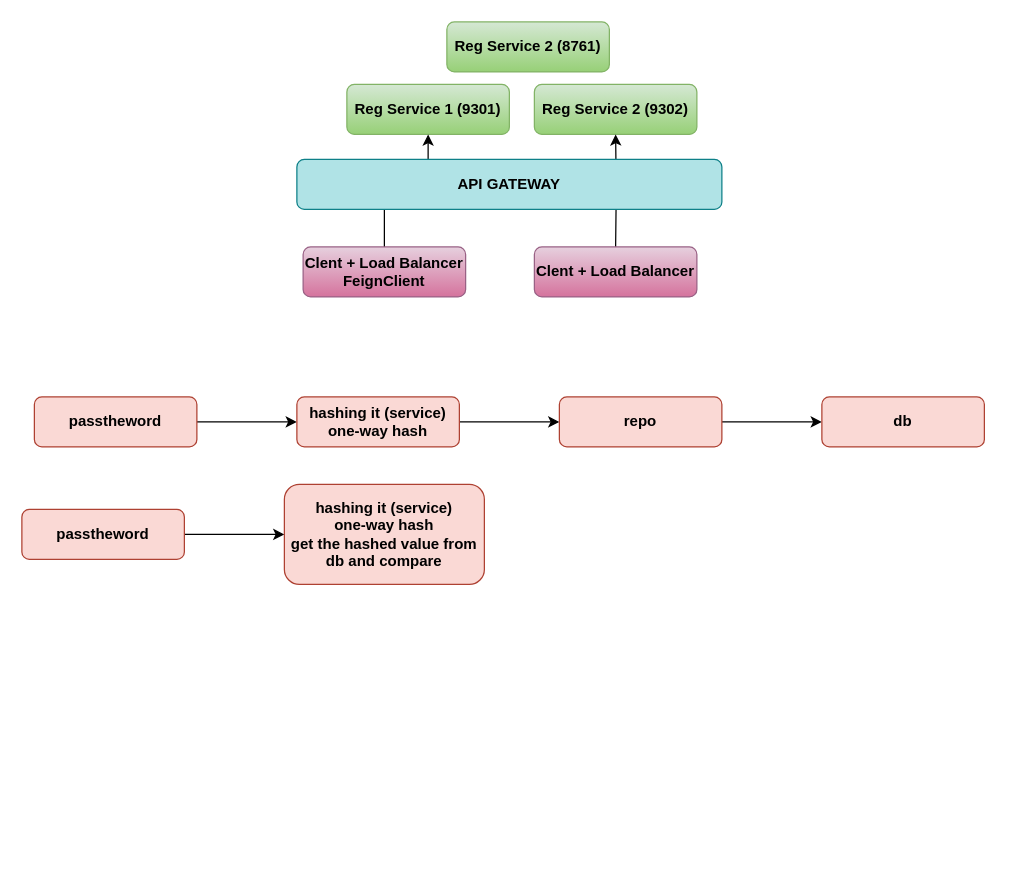
Above: page "Microservices with API Gateway" (18 of 18) of LET US DRAW/LET US DRAW.drawio in aushub230123/ausGit (draw.io), before the change. Source tidied: cells renumbered, new cells numbered last; positions are measured from the earlier drawing's top-left corner, leaving out a move shared by most shapes. Both pictures are drawn from the tidied source at 125%, with x=0, y=0 at pixel (21, 21). Pictures stored in the file or linked from it are replaced by grey dashed boxes.
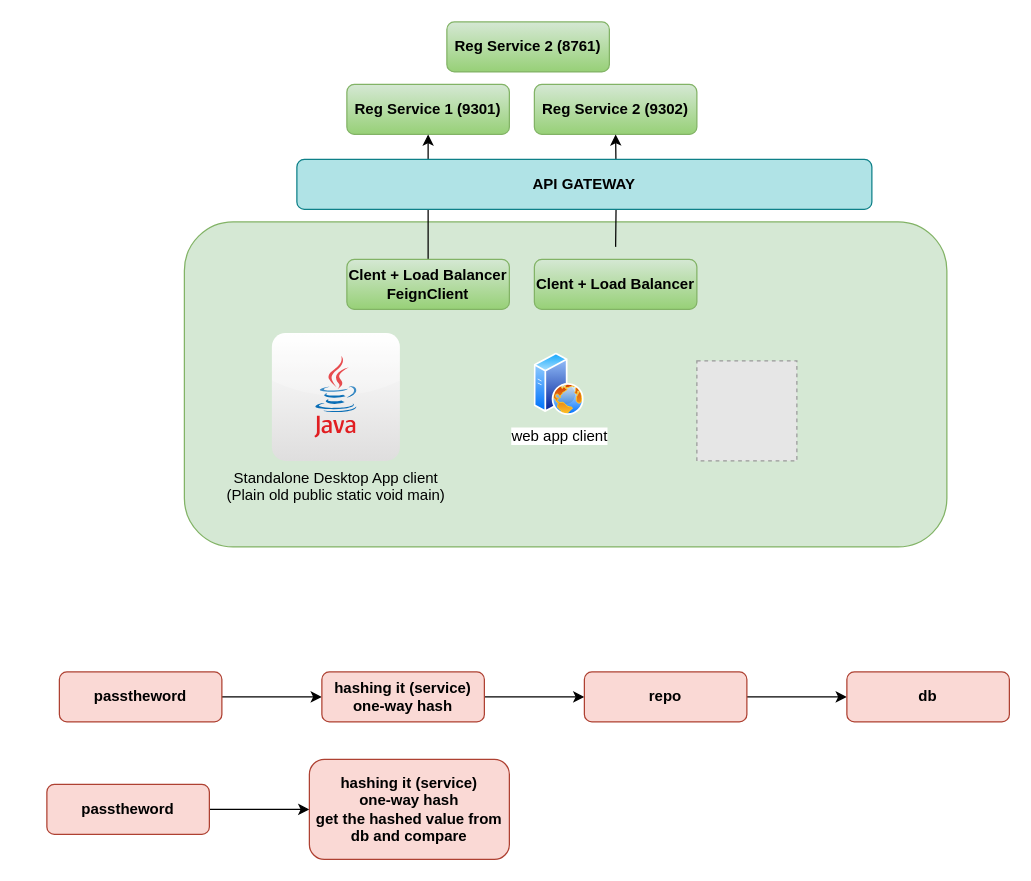
The same diagram, later.

What changed in the source:
```diff
@@
+    <mxCell id="20" style="rounded=1;whiteSpace=wrap;html=1;fillColor=#d5e8d4;strokeColor=#82b366;verticalAlign=bottom;align=center;fontStyle=1;" parent="1" vertex="1">
+      <mxGeometry x="130" y="160" width="610" height="260" as="geometry" />
+    </mxCell>
@@
-    <mxCell id="5" value="Clent + Load Balancer&lt;br&gt;FeignClient" style="rounded=1;whiteSpace=wrap;html=1;fillColor=#e6d0de;strokeColor=#996185;fontStyle=1;verticalAlign=middle;gradientColor=#d5739d;" parent="1" vertex="1">
-      <mxGeometry x="225" y="180" width="130" height="40" as="geometry" />
+    <mxCell id="5" value="Clent + Load Balancer&lt;br&gt;FeignClient" style="rounded=1;whiteSpace=wrap;html=1;fillColor=#d5e8d4;strokeColor=#82b366;fontStyle=1;verticalAlign=middle;gradientColor=#97d077;" parent="1" vertex="1">
+      <mxGeometry x="260" y="190" width="130" height="40" as="geometry" />
     </mxCell>
@@
     <mxCell id="7" value="passtheword" style="rounded=1;whiteSpace=wrap;html=1;fillColor=#fad9d5;strokeColor=#ae4132;fontStyle=1;verticalAlign=middle;" parent="1" vertex="1">
-      <mxGeometry x="10" y="300" width="130" height="40" as="geometry" />
+      <mxGeometry x="30" y="520" width="130" height="40" as="geometry" />
     </mxCell>
@@
     <mxCell id="9" value="hashing it (service)&lt;br&gt;one-way hash" style="rounded=1;whiteSpace=wrap;html=1;fillColor=#fad9d5;strokeColor=#ae4132;fontStyle=1;verticalAlign=middle;" parent="1" vertex="1">
-      <mxGeometry x="220" y="300" width="130" height="40" as="geometry" />
+      <mxGeometry x="240" y="520" width="130" height="40" as="geometry" />
     </mxCell>
@@
     <mxCell id="11" value="repo" style="rounded=1;whiteSpace=wrap;html=1;fillColor=#fad9d5;strokeColor=#ae4132;fontStyle=1;verticalAlign=middle;" parent="1" vertex="1">
-      <mxGeometry x="430" y="300" width="130" height="40" as="geometry" />
+      <mxGeometry x="450" y="520" width="130" height="40" as="geometry" />
     </mxCell>
     <mxCell id="12" value="db" style="rounded=1;whiteSpace=wrap;html=1;fillColor=#fad9d5;strokeColor=#ae4132;fontStyle=1;verticalAlign=middle;" parent="1" vertex="1">
-      <mxGeometry x="640" y="300" width="130" height="40" as="geometry" />
+      <mxGeometry x="660" y="520" width="130" height="40" as="geometry" />
     </mxCell>
@@
     <mxCell id="14" value="passtheword" style="rounded=1;whiteSpace=wrap;html=1;fillColor=#fad9d5;strokeColor=#ae4132;fontStyle=1;verticalAlign=middle;" parent="1" vertex="1">
-      <mxGeometry y="390" width="130" height="40" as="geometry" />
+      <mxGeometry x="20" y="610" width="130" height="40" as="geometry" />
     </mxCell>
     <mxCell id="15" value="hashing it (service)&lt;br&gt;one-way hash&lt;br&gt;get the hashed value from db and compare" style="rounded=1;whiteSpace=wrap;html=1;fillColor=#fad9d5;strokeColor=#ae4132;fontStyle=1;verticalAlign=middle;" parent="1" vertex="1">
-      <mxGeometry x="210" y="370" width="160" height="80" as="geometry" />
+      <mxGeometry x="230" y="590" width="160" height="80" as="geometry" />
     </mxCell>
@@
-    <mxCell id="18" value="Clent + Load Balancer" style="rounded=1;whiteSpace=wrap;html=1;fillColor=#e6d0de;strokeColor=#996185;fontStyle=1;verticalAlign=middle;gradientColor=#d5739d;" parent="1" vertex="1">
-      <mxGeometry x="410" y="180" width="130" height="40" as="geometry" />
+    <mxCell id="18" value="Clent + Load Balancer" style="rounded=1;whiteSpace=wrap;html=1;fillColor=#d5e8d4;strokeColor=#82b366;fontStyle=1;verticalAlign=middle;gradientColor=#97d077;" parent="1" vertex="1">
+      <mxGeometry x="410" y="190" width="130" height="40" as="geometry" />
     </mxCell>
     <mxCell id="19" value="API GATEWAY" style="rounded=1;whiteSpace=wrap;html=1;fillColor=#b0e3e6;strokeColor=#0e8088;fontStyle=1;" parent="1" vertex="1">
-      <mxGeometry x="220" y="110" width="340" height="40" as="geometry" />
+      <mxGeometry x="220" y="110" width="460" height="40" as="geometry" />
     </mxCell>
+    <mxCell id="21" value="web app client" style="perimeter=ellipsePerimeter;html=1;align=center;shadow=0;dashed=0;spacingTop=3;image;image=img/lib/active_directory/web_server.svg;" parent="1" vertex="1">
+      <mxGeometry x="410" y="265" width="40" height="50" as="geometry" />
+    </mxCell>
+    <mxCell id="22" value="Standalone Desktop App client&lt;br&gt;(Plain old public static void main)" style="dashed=0;html=1;align=center;labelPosition=center;verticalLabelPosition=bottom;verticalAlign=top;shape=mxgraph.webicons.java;gradientColor=#DFDEDE;" parent="1" vertex="1">
+      <mxGeometry x="200" y="248.8" width="102.4" height="102.4" as="geometry" />
+    </mxCell>
+    <mxCell id="23" style="fillColor=#E6E6E6;strokeColor=#999999;dashed=1;verticalLabelPosition=bottom;labelBackgroundColor=#ffffff;verticalAlign=top;" parent="1" vertex="1">
+      <mxGeometry x="540" y="271.2" width="80" height="80" as="geometry" />
+    </mxCell>
```
